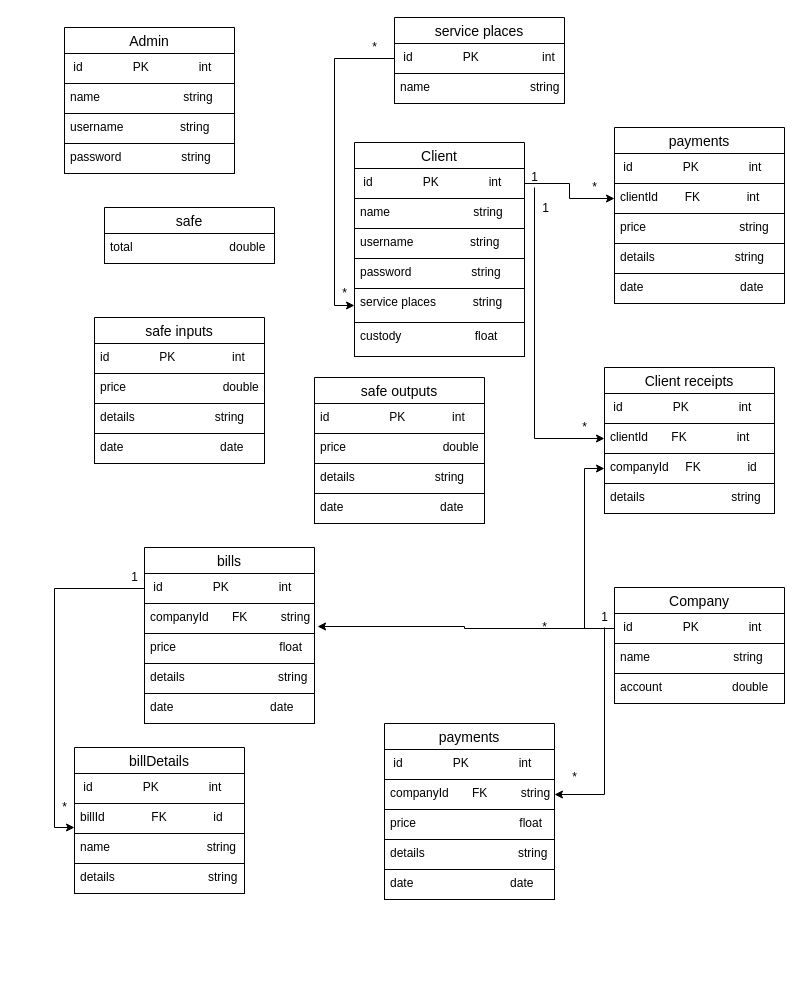
Before: page "schema" (1 of 2) of system-design.drawio in mohammedlokma/system-frontend, a draw.io diagram. Source tidied: cells renumbered, new cells numbered last; positions are measured from the earlier drawing's top-left corner, leaving out a move shared by most shapes. Both pictures are drawn from the tidied source at 100%, with x=0, y=0 at pixel (49, 17).
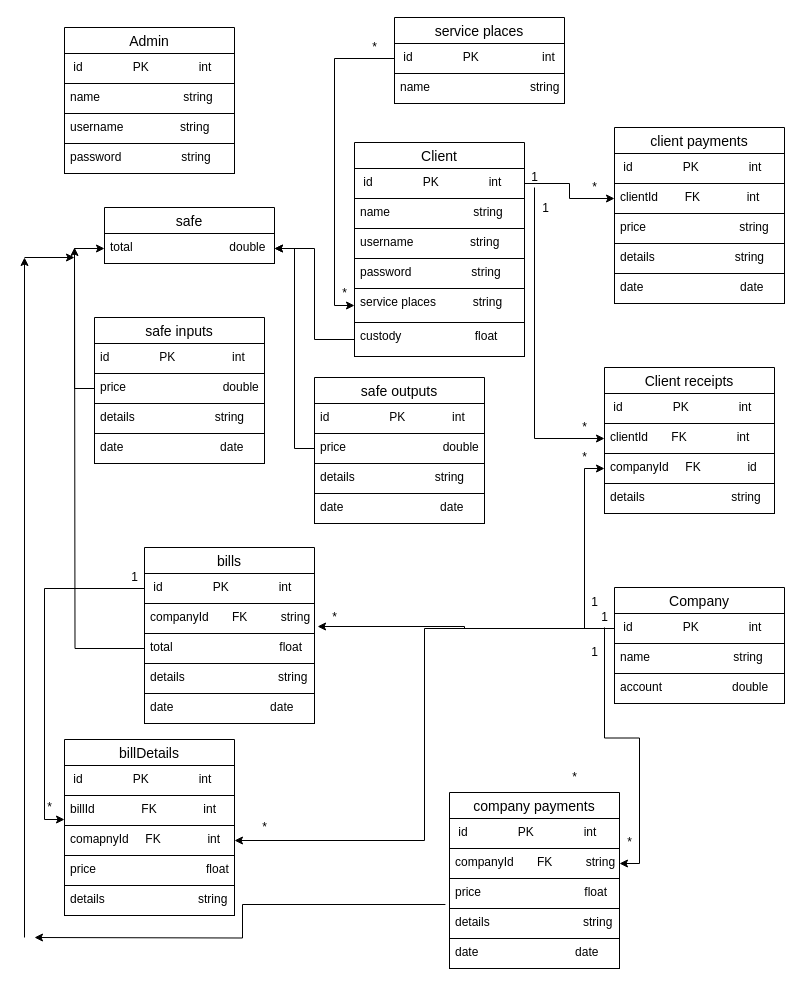
The same page after the edit.

The change refers to these unchanged cells:
```xml
<mxCell id="23" value="total                             double" style="text;strokeColor=default;fillColor=none;spacingLeft=4;spacingRight=4;overflow=hidden;points=[[0,0.5],[1,0.5]];portConstraint=eastwest;fontSize=12;" parent="22" vertex="1">
  <mxGeometry y="26" width="170" height="30" as="geometry" />
</mxCell>
<mxCell id="26" value="price                             double" style="text;strokeColor=default;fillColor=none;spacingLeft=4;spacingRight=4;overflow=hidden;points=[[0,0.5],[1,0.5]];portConstraint=eastwest;fontSize=12;" parent="24" vertex="1">
  <mxGeometry y="56" width="170" height="30" as="geometry" />
</mxCell>
<mxCell id="31" value="price                             double" style="text;strokeColor=default;fillColor=none;spacingLeft=4;spacingRight=4;overflow=hidden;points=[[0,0.5],[1,0.5]];portConstraint=eastwest;fontSize=12;" parent="29" vertex="1">
  <mxGeometry y="56" width="170" height="30" as="geometry" />
</mxCell>
<mxCell id="34" value=" id               PK               int" style="text;strokeColor=default;fillColor=none;spacingLeft=4;spacingRight=4;overflow=hidden;points=[[0,0.5],[1,0.5]];portConstraint=eastwest;fontSize=12;" parent="33" vertex="1">
  <mxGeometry y="26" width="170" height="30" as="geometry" />
</mxCell>
<mxCell id="37" value="bills" style="swimlane;fontStyle=0;horizontal=1;startSize=26;align=center;fontSize=14;" parent="1" vertex="1">
  <mxGeometry x="95" y="530" width="170" height="176" as="geometry" />
</mxCell>
<mxCell id="43" value="custody                      float" style="text;strokeColor=default;fillColor=none;spacingLeft=4;spacingRight=4;overflow=hidden;points=[[0,0.5],[1,0.5]];portConstraint=eastwest;fontSize=12;" parent="1" vertex="1">
  <mxGeometry x="305" y="305" width="170" height="34" as="geometry" />
</mxCell>
<mxCell id="68" value="details                            string" style="text;strokeColor=default;fillColor=none;spacingLeft=4;spacingRight=4;overflow=hidden;points=[[0,0.5],[1,0.5]];portConstraint=eastwest;fontSize=12;" parent="64" vertex="1">
  <mxGeometry y="116" width="170" height="30" as="geometry" />
</mxCell>
```

Change to the diagram source:
```diff
@@
-    <mxCell id="16" value="payments" style="swimlane;fontStyle=0;horizontal=1;startSize=26;align=center;fontSize=14;" parent="1" vertex="1">
+    <mxCell id="16" value="client payments" style="swimlane;fontStyle=0;horizontal=1;startSize=26;align=center;fontSize=14;" parent="1" vertex="1">
       <mxGeometry x="565" y="110" width="170" height="176" as="geometry" />
     </mxCell>
@@
-    <mxCell id="40" value="price                               float" style="text;strokeColor=default;fillColor=none;spacingLeft=4;spacingRight=4;overflow=hidden;points=[[0,0.5],[1,0.5]];portConstraint=eastwest;fontSize=12;" parent="37" vertex="1">
+    <mxCell id="40" value="total                                float" style="text;strokeColor=default;fillColor=none;spacingLeft=4;spacingRight=4;overflow=hidden;points=[[0,0.5],[1,0.5]];portConstraint=eastwest;fontSize=12;" parent="37" vertex="1">
       <mxGeometry y="86" width="170" height="30" as="geometry" />
     </mxCell>
@@
+    <mxCell id="79" style="rounded=0;jettySize=auto;html=1;labelBackgroundColor=default;strokeColor=default;fontFamily=Helvetica;fontSize=11;fontColor=default;endArrow=classic;edgeStyle=orthogonalEdgeStyle;entryX=1;entryY=0.5;entryDx=0;entryDy=0;" parent="1" edge="1" source="43" target="23">
+      <mxGeometry relative="1" as="geometry" />
+    </mxCell>
@@
     <mxCell id="60" value="*" style="text;html=1;align=center;verticalAlign=middle;strokeColor=none;fillColor=none;fontSize=12;fontFamily=Helvetica;fontColor=default;" parent="1" vertex="1">
-      <mxGeometry x="485" y="600" width="20" height="20" as="geometry" />
+      <mxGeometry x="275" y="590" width="20" height="20" as="geometry" />
     </mxCell>
@@
-    <mxCell id="64" value="payments" style="swimlane;fontStyle=0;horizontal=1;startSize=26;align=center;fontSize=14;" parent="1" vertex="1">
-      <mxGeometry x="335" y="706" width="170" height="176" as="geometry" />
+    <mxCell id="64" value="company payments" style="swimlane;fontStyle=0;horizontal=1;startSize=26;align=center;fontSize=14;" parent="1" vertex="1">
+      <mxGeometry x="400" y="775" width="170" height="176" as="geometry" />
     </mxCell>
@@
     <mxCell id="71" value="billDetails" style="swimlane;fontStyle=0;horizontal=1;startSize=26;align=center;fontSize=14;" parent="1" vertex="1">
-      <mxGeometry x="25" y="730" width="170" height="146" as="geometry" />
+      <mxGeometry x="15" y="722" width="170" height="176" as="geometry" />
     </mxCell>
@@
-    <mxCell id="73" value="billId              FK              id" style="text;strokeColor=default;fillColor=none;spacingLeft=4;spacingRight=4;overflow=hidden;points=[[0,0.5],[1,0.5]];portConstraint=eastwest;fontSize=12;" parent="71" vertex="1">
+    <mxCell id="73" value="billId              FK              int" style="text;strokeColor=default;fillColor=none;spacingLeft=4;spacingRight=4;overflow=hidden;points=[[0,0.5],[1,0.5]];portConstraint=eastwest;fontSize=12;" parent="71" vertex="1">
       <mxGeometry y="56" width="170" height="30" as="geometry" />
     </mxCell>
+    <mxCell id="80" value="comapnyId     FK              int" style="text;strokeColor=default;fillColor=none;spacingLeft=4;spacingRight=4;overflow=hidden;points=[[0,0.5],[1,0.5]];portConstraint=eastwest;fontSize=12;" parent="71" vertex="1">
+      <mxGeometry y="86" width="170" height="30" as="geometry" />
+    </mxCell>
-    <mxCell id="74" value="name                             string" style="text;strokeColor=default;fillColor=none;spacingLeft=4;spacingRight=4;overflow=hidden;fontSize=12;" parent="71" vertex="1">
-      <mxGeometry y="86" width="170" height="30" as="geometry" />
+    <mxCell id="74" value="price                                 float" style="text;strokeColor=default;fillColor=none;spacingLeft=4;spacingRight=4;overflow=hidden;fontSize=12;" parent="71" vertex="1">
+      <mxGeometry y="116" width="170" height="30" as="geometry" />
     </mxCell>
     <mxCell id="75" value="details                            string" style="text;strokeColor=default;fillColor=none;spacingLeft=4;spacingRight=4;overflow=hidden;fontSize=12;" parent="71" vertex="1">
-      <mxGeometry y="116" width="170" height="30" as="geometry" />
+      <mxGeometry y="146" width="170" height="30" as="geometry" />
     </mxCell>
@@
     <mxCell id="77" value="*" style="text;html=1;align=center;verticalAlign=middle;strokeColor=none;fillColor=none;" parent="1" vertex="1">
-      <mxGeometry y="775" width="30" height="30" as="geometry" />
+      <mxGeometry x="-15" y="775" width="30" height="30" as="geometry" />
     </mxCell>
@@
+    <mxCell id="81" style="edgeStyle=orthogonalEdgeStyle;rounded=0;jettySize=auto;html=1;" parent="1" edge="1" source="34" target="80">
+      <mxGeometry relative="1" as="geometry" />
+    </mxCell>
+    <mxCell id="82" value="*" style="text;html=1;align=center;verticalAlign=middle;strokeColor=none;fillColor=none;" parent="1" vertex="1">
+      <mxGeometry x="520" y="425" width="30" height="30" as="geometry" />
+    </mxCell>
+    <mxCell id="83" value="1" style="text;html=1;align=center;verticalAlign=middle;strokeColor=none;fillColor=none;" parent="1" vertex="1">
+      <mxGeometry x="530" y="570" width="30" height="30" as="geometry" />
+    </mxCell>
+    <mxCell id="84" value="1" style="text;html=1;align=center;verticalAlign=middle;strokeColor=none;fillColor=none;" parent="1" vertex="1">
+      <mxGeometry x="530" y="620" width="30" height="30" as="geometry" />
+    </mxCell>
+    <mxCell id="85" value="*" style="text;html=1;align=center;verticalAlign=middle;strokeColor=none;fillColor=none;" parent="1" vertex="1">
+      <mxGeometry x="565" y="810" width="30" height="30" as="geometry" />
+    </mxCell>
+    <mxCell id="86" value="*" style="text;html=1;align=center;verticalAlign=middle;strokeColor=none;fillColor=none;" parent="1" vertex="1">
+      <mxGeometry x="200" y="795" width="30" height="30" as="geometry" />
+    </mxCell>
+    <mxCell id="87" style="edgeStyle=orthogonalEdgeStyle;rounded=0;jettySize=auto;html=1;exitX=0;exitY=0.5;exitDx=0;exitDy=0;" parent="1" edge="1" source="31" target="23">
+      <mxGeometry relative="1" as="geometry" />
+    </mxCell>
+    <mxCell id="88" style="edgeStyle=orthogonalEdgeStyle;rounded=0;jettySize=auto;html=1;exitX=0;exitY=0.5;exitDx=0;exitDy=0;entryX=0;entryY=0.5;entryDx=0;entryDy=0;" parent="1" edge="1" source="26" target="23">
+      <mxGeometry relative="1" as="geometry" />
+    </mxCell>
+    <mxCell id="89" style="edgeStyle=orthogonalEdgeStyle;rounded=0;jettySize=auto;html=1;exitX=0;exitY=0.5;exitDx=0;exitDy=0;" parent="1" edge="1" source="40">
+      <mxGeometry relative="1" as="geometry">
+        <mxPoint x="25" y="230" as="targetPoint" />
+      </mxGeometry>
+    </mxCell>
+    <mxCell id="90" style="edgeStyle=orthogonalEdgeStyle;rounded=0;jettySize=auto;html=1;exitX=-0.024;exitY=-0.133;exitDx=0;exitDy=0;exitPerimeter=0;" parent="1" edge="1" source="68">
+      <mxGeometry relative="1" as="geometry">
+        <mxPoint x="-15" y="920" as="targetPoint" />
+      </mxGeometry>
+    </mxCell>
+    <mxCell id="91" style="endArrow=classic;html=1;rounded=0;" parent="1" edge="1">
+      <mxGeometry relative="1" as="geometry">
+        <mxPoint x="-25" y="920" as="sourcePoint" />
+        <mxPoint x="-25" y="240" as="targetPoint" />
+      </mxGeometry>
+    </mxCell>
+    <mxCell id="92" style="endArrow=classic;html=1;rounded=0;" parent="1" edge="1">
+      <mxGeometry relative="1" as="geometry">
+        <mxPoint x="-25" y="240" as="sourcePoint" />
+        <mxPoint x="25" y="240" as="targetPoint" />
+      </mxGeometry>
+    </mxCell>
```
